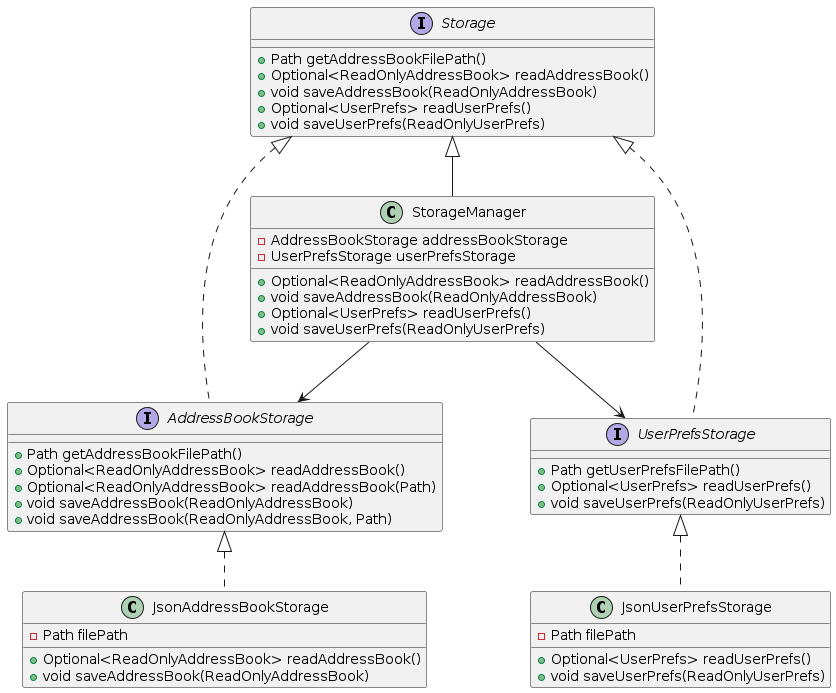
Before: diagrams/StorageClassDiagram.png, a diagram exported from PlantUML (dingZvel/tp). Its source is kept beside it as diagrams/StorageClassDiagram.puml.
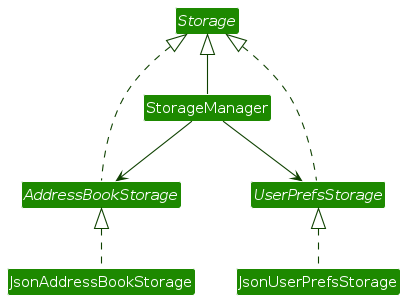
After the change.

What changed in the source:
```diff
@@ -1,4 +1,8 @@
 @startuml
+!include style.puml
+skinparam arrowThickness 1.1
+skinparam arrowColor UI_COLOR_T4
+skinparam classBackgroundColor UI_COLOR
 
 interface Storage {
     +Path getAddressBookFilePath()
```
